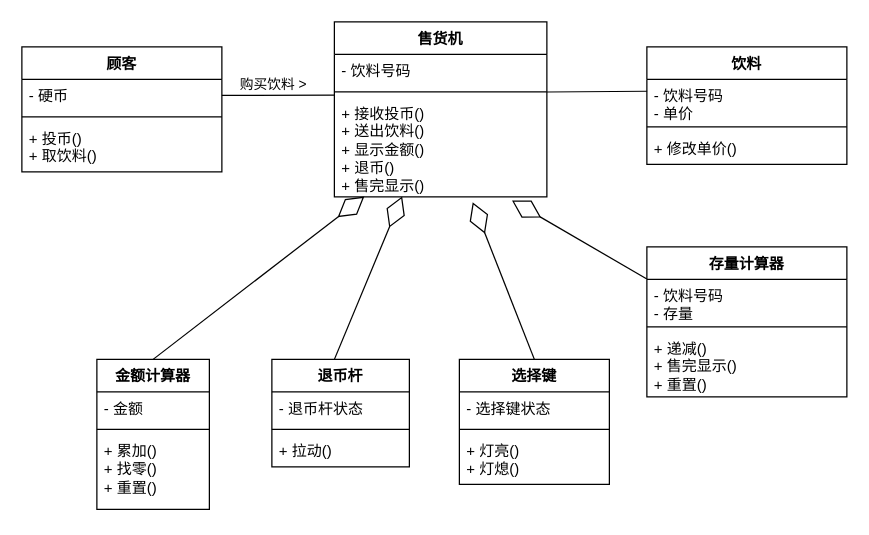
The draw.io diagram 20230924.drawio in saucesy/uml, before the edit. Source tidied: cells renumbered, new cells numbered last; positions are measured from the earlier drawing's top-left corner, leaving out a move shared by most shapes. Both pictures are drawn from the tidied source at 125%, with x=0, y=0 at pixel (21, 21).
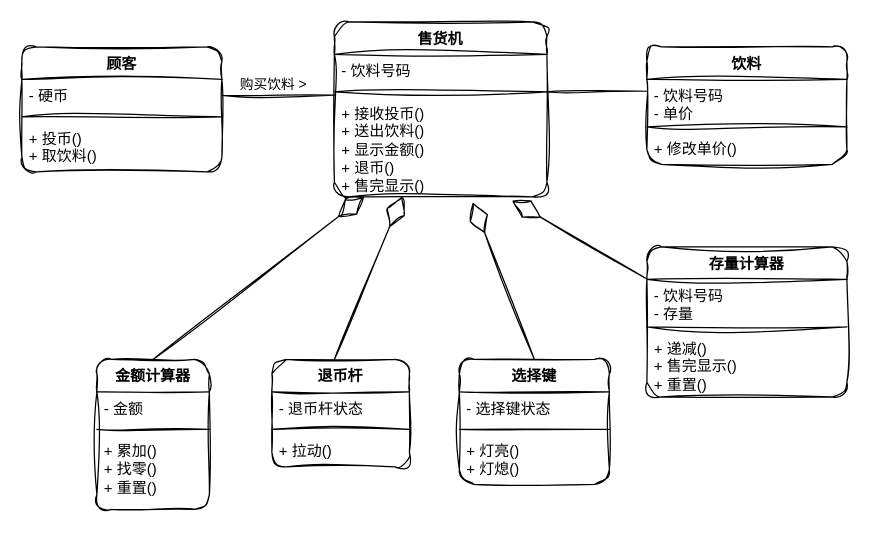
After the change.

What changed in the source:
```diff
@@
-    <mxCell id="2" value="售货机" style="swimlane;fontStyle=1;align=center;verticalAlign=top;horizontal=1;startSize=26;whiteSpace=wrap;html=1;" parent="1" vertex="1">
+    <mxCell id="2" value="售货机" style="swimlane;fontStyle=1;align=center;verticalAlign=top;horizontal=1;startSize=26;whiteSpace=wrap;html=1;labelBackgroundColor=none;sketch=1;curveFitting=1;jiggle=2;rounded=1;" parent="1" vertex="1">
       <mxGeometry x="250" width="170" height="140" as="geometry" />
     </mxCell>
-    <mxCell id="3" value="- 饮料号码" style="text;strokeColor=none;fillColor=none;align=left;verticalAlign=top;spacingLeft=4;spacingRight=4;overflow=hidden;whiteSpace=wrap;html=1;" parent="2" vertex="1">
+    <mxCell id="3" value="- 饮料号码" style="text;strokeColor=none;fillColor=none;align=left;verticalAlign=top;spacingLeft=4;spacingRight=4;overflow=hidden;whiteSpace=wrap;html=1;labelBackgroundColor=none;sketch=1;curveFitting=1;jiggle=2;rounded=1;" parent="2" vertex="1">
       <mxGeometry y="26" width="170" height="26" as="geometry" />
     </mxCell>
-    <mxCell id="4" style="line;strokeWidth=1;fillColor=none;align=left;verticalAlign=middle;spacingTop=-1;spacingLeft=3;spacingRight=3;labelPosition=right;strokeColor=inherit;" parent="2" vertex="1">
+    <mxCell id="4" style="line;strokeWidth=1;fillColor=none;align=left;verticalAlign=middle;spacingTop=-1;spacingLeft=3;spacingRight=3;labelPosition=right;labelBackgroundColor=none;sketch=1;curveFitting=1;jiggle=2;rounded=1;" parent="2" vertex="1">
       <mxGeometry y="52" width="170" height="8" as="geometry" />
     </mxCell>
-    <mxCell id="5" style="endArrow=none;html=1;rounded=0;entryX=0;entryY=0.5;entryDx=0;entryDy=0;exitX=0.999;exitY=0.045;exitDx=0;exitDy=0;exitPerimeter=0;" parent="2" edge="1">
+    <mxCell id="5" style="endArrow=none;html=1;rounded=1;entryX=0;entryY=0.5;entryDx=0;entryDy=0;exitX=0.999;exitY=0.045;exitDx=0;exitDy=0;exitPerimeter=0;labelBackgroundColor=none;fontColor=default;sketch=1;curveFitting=1;jiggle=2;" parent="2" edge="1">
       <mxGeometry relative="1" as="geometry">
         <mxPoint x="170" y="56.1" as="sourcePoint" />
         <mxPoint x="250.2" y="55.5" as="targetPoint" />
       </mxGeometry>
     </mxCell>
-    <mxCell id="6" value="+ 接收投币()&lt;br&gt;+ 送出饮料()&lt;br&gt;+ 显示金额()&lt;br&gt;+ 退币()&lt;br&gt;+ 售完显示()&lt;br&gt;" style="text;strokeColor=none;fillColor=none;align=left;verticalAlign=top;spacingLeft=4;spacingRight=4;overflow=hidden;points=[[0,0.5],[1,0.5]];portConstraint=eastwest;whiteSpace=wrap;html=1;" parent="2" vertex="1">
+    <mxCell id="6" value="+ 接收投币()&lt;br&gt;+ 送出饮料()&lt;br&gt;+ 显示金额()&lt;br&gt;+ 退币()&lt;br&gt;+ 售完显示()&lt;br&gt;" style="text;strokeColor=none;fillColor=none;align=left;verticalAlign=top;spacingLeft=4;spacingRight=4;overflow=hidden;points=[[0,0.5],[1,0.5]];portConstraint=eastwest;whiteSpace=wrap;html=1;labelBackgroundColor=none;sketch=1;curveFitting=1;jiggle=2;rounded=1;" parent="2" vertex="1">
       <mxGeometry y="60" width="170" height="80" as="geometry" />
     </mxCell>
-    <mxCell id="7" value="顾客" style="swimlane;fontStyle=1;align=center;verticalAlign=top;horizontal=1;startSize=26;whiteSpace=wrap;html=1;" parent="1" vertex="1">
+    <mxCell id="7" value="顾客" style="swimlane;fontStyle=1;align=center;verticalAlign=top;horizontal=1;startSize=26;whiteSpace=wrap;html=1;labelBackgroundColor=none;sketch=1;curveFitting=1;jiggle=2;rounded=1;" parent="1" vertex="1">
       <mxGeometry y="20" width="160" height="100" as="geometry" />
     </mxCell>
-    <mxCell id="8" value="- 硬币" style="text;strokeColor=none;fillColor=none;align=left;verticalAlign=top;spacingLeft=4;spacingRight=4;overflow=hidden;points=[[0,0.5],[1,0.5]];portConstraint=eastwest;whiteSpace=wrap;html=1;" parent="7" vertex="1">
+    <mxCell id="8" value="- 硬币" style="text;strokeColor=none;fillColor=none;align=left;verticalAlign=top;spacingLeft=4;spacingRight=4;overflow=hidden;points=[[0,0.5],[1,0.5]];portConstraint=eastwest;whiteSpace=wrap;html=1;labelBackgroundColor=none;sketch=1;curveFitting=1;jiggle=2;rounded=1;" parent="7" vertex="1">
       <mxGeometry y="26" width="160" height="26" as="geometry" />
     </mxCell>
-    <mxCell id="9" style="line;strokeWidth=1;fillColor=none;align=left;verticalAlign=middle;spacingTop=-1;spacingLeft=3;spacingRight=3;labelPosition=right;strokeColor=inherit;" parent="7" vertex="1">
+    <mxCell id="9" style="line;strokeWidth=1;fillColor=none;align=left;verticalAlign=middle;spacingTop=-1;spacingLeft=3;spacingRight=3;labelPosition=right;labelBackgroundColor=none;sketch=1;curveFitting=1;jiggle=2;rounded=1;" parent="7" vertex="1">
       <mxGeometry y="52" width="160" height="8" as="geometry" />
     </mxCell>
-    <mxCell id="10" value="+ 投币()&lt;br&gt;+ 取饮料()" style="text;strokeColor=none;fillColor=none;align=left;verticalAlign=top;spacingLeft=4;spacingRight=4;overflow=hidden;whiteSpace=wrap;html=1;" parent="7" vertex="1">
+    <mxCell id="10" value="+ 投币()&lt;br&gt;+ 取饮料()" style="text;strokeColor=none;fillColor=none;align=left;verticalAlign=top;spacingLeft=4;spacingRight=4;overflow=hidden;whiteSpace=wrap;html=1;labelBackgroundColor=none;sketch=1;curveFitting=1;jiggle=2;rounded=1;" parent="7" vertex="1">
       <mxGeometry y="60" width="160" height="40" as="geometry" />
     </mxCell>
-    <mxCell id="11" style="endArrow=none;html=1;rounded=0;entryX=0.002;entryY=-0.017;entryDx=0;entryDy=0;entryPerimeter=0;" parent="1" edge="1" source="8" target="6">
+    <mxCell id="11" style="endArrow=none;html=1;rounded=1;entryX=0.002;entryY=-0.017;entryDx=0;entryDy=0;entryPerimeter=0;labelBackgroundColor=none;fontColor=default;sketch=1;curveFitting=1;jiggle=2;" parent="1" edge="1" source="8" target="6">
       <mxGeometry relative="1" as="geometry" />
     </mxCell>
-    <mxCell id="12" value="购买饮料 &amp;gt;" style="edgeLabel;html=1;align=center;verticalAlign=middle;" parent="11" vertex="1">
+    <mxCell id="12" value="购买饮料 &amp;gt;" style="edgeLabel;html=1;align=center;verticalAlign=middle;labelBackgroundColor=none;sketch=1;curveFitting=1;jiggle=2;rounded=1;" parent="11" vertex="1">
       <mxGeometry x="-0.21" y="2" relative="1" as="geometry">
         <mxPoint x="5" y="-7" as="offset" />
       </mxGeometry>
     </mxCell>
-    <mxCell id="13" value="饮料" style="swimlane;fontStyle=1;align=center;verticalAlign=top;horizontal=1;startSize=26;whiteSpace=wrap;html=1;" parent="1" vertex="1">
+    <mxCell id="13" value="饮料" style="swimlane;fontStyle=1;align=center;verticalAlign=top;horizontal=1;startSize=26;whiteSpace=wrap;html=1;labelBackgroundColor=none;sketch=1;curveFitting=1;jiggle=2;rounded=1;" parent="1" vertex="1">
       <mxGeometry x="500" y="20" width="160" height="94" as="geometry" />
     </mxCell>
-    <mxCell id="14" value="- 饮料号码&lt;br&gt;- 单价" style="text;strokeColor=none;fillColor=none;align=left;verticalAlign=top;spacingLeft=4;spacingRight=4;overflow=hidden;whiteSpace=wrap;html=1;" parent="13" vertex="1">
+    <mxCell id="14" value="- 饮料号码&lt;br&gt;- 单价" style="text;strokeColor=none;fillColor=none;align=left;verticalAlign=top;spacingLeft=4;spacingRight=4;overflow=hidden;whiteSpace=wrap;html=1;labelBackgroundColor=none;sketch=1;curveFitting=1;jiggle=2;rounded=1;" parent="13" vertex="1">
       <mxGeometry y="26" width="160" height="34" as="geometry" />
     </mxCell>
-    <mxCell id="15" style="line;strokeWidth=1;fillColor=none;align=left;verticalAlign=middle;spacingTop=-1;spacingLeft=3;spacingRight=3;labelPosition=right;strokeColor=inherit;" parent="13" vertex="1">
+    <mxCell id="15" style="line;strokeWidth=1;fillColor=none;align=left;verticalAlign=middle;spacingTop=-1;spacingLeft=3;spacingRight=3;labelPosition=right;labelBackgroundColor=none;sketch=1;curveFitting=1;jiggle=2;rounded=1;" parent="13" vertex="1">
       <mxGeometry y="60" width="160" height="8" as="geometry" />
     </mxCell>
-    <mxCell id="16" value="+ 修改单价()" style="text;strokeColor=none;fillColor=none;align=left;verticalAlign=top;spacingLeft=4;spacingRight=4;overflow=hidden;whiteSpace=wrap;html=1;" parent="13" vertex="1">
+    <mxCell id="16" value="+ 修改单价()" style="text;strokeColor=none;fillColor=none;align=left;verticalAlign=top;spacingLeft=4;spacingRight=4;overflow=hidden;whiteSpace=wrap;html=1;labelBackgroundColor=none;sketch=1;curveFitting=1;jiggle=2;rounded=1;" parent="13" vertex="1">
       <mxGeometry y="68" width="160" height="26" as="geometry" />
     </mxCell>
-    <mxCell id="17" value="金额计算器" style="swimlane;fontStyle=1;align=center;verticalAlign=top;horizontal=1;startSize=26;whiteSpace=wrap;html=1;" parent="1" vertex="1">
+    <mxCell id="17" value="金额计算器" style="swimlane;fontStyle=1;align=center;verticalAlign=top;horizontal=1;startSize=26;whiteSpace=wrap;html=1;labelBackgroundColor=none;sketch=1;curveFitting=1;jiggle=2;rounded=1;" parent="1" vertex="1">
       <mxGeometry x="60" y="270" width="90" height="120" as="geometry" />
     </mxCell>
-    <mxCell id="18" value="- 金额" style="text;strokeColor=none;fillColor=none;align=left;verticalAlign=top;spacingLeft=4;spacingRight=4;overflow=hidden;whiteSpace=wrap;html=1;" parent="17" vertex="1">
+    <mxCell id="18" value="- 金额" style="text;strokeColor=none;fillColor=none;align=left;verticalAlign=top;spacingLeft=4;spacingRight=4;overflow=hidden;whiteSpace=wrap;html=1;labelBackgroundColor=none;sketch=1;curveFitting=1;jiggle=2;rounded=1;" parent="17" vertex="1">
       <mxGeometry y="26" width="90" height="26" as="geometry" />
     </mxCell>
-    <mxCell id="19" style="line;strokeWidth=1;fillColor=none;align=left;verticalAlign=middle;spacingTop=-1;spacingLeft=3;spacingRight=3;labelPosition=right;strokeColor=inherit;" parent="17" vertex="1">
+    <mxCell id="19" style="line;strokeWidth=1;fillColor=none;align=left;verticalAlign=middle;spacingTop=-1;spacingLeft=3;spacingRight=3;labelPosition=right;labelBackgroundColor=none;sketch=1;curveFitting=1;jiggle=2;rounded=1;" parent="17" vertex="1">
       <mxGeometry y="52" width="90" height="8" as="geometry" />
     </mxCell>
-    <mxCell id="20" value="+ 累加()&lt;br&gt;+ 找零()&lt;br&gt;+ 重置()" style="text;strokeColor=none;fillColor=none;align=left;verticalAlign=top;spacingLeft=4;spacingRight=4;overflow=hidden;whiteSpace=wrap;html=1;" parent="17" vertex="1">
+    <mxCell id="20" value="+ 累加()&lt;br&gt;+ 找零()&lt;br&gt;+ 重置()" style="text;strokeColor=none;fillColor=none;align=left;verticalAlign=top;spacingLeft=4;spacingRight=4;overflow=hidden;whiteSpace=wrap;html=1;labelBackgroundColor=none;sketch=1;curveFitting=1;jiggle=2;rounded=1;" parent="17" vertex="1">
       <mxGeometry y="60" width="90" height="60" as="geometry" />
     </mxCell>
-    <mxCell id="21" value="退币杆" style="swimlane;fontStyle=1;align=center;verticalAlign=top;horizontal=1;startSize=26;whiteSpace=wrap;html=1;" parent="1" vertex="1">
+    <mxCell id="21" value="退币杆" style="swimlane;fontStyle=1;align=center;verticalAlign=top;horizontal=1;startSize=26;whiteSpace=wrap;html=1;labelBackgroundColor=none;sketch=1;curveFitting=1;jiggle=2;rounded=1;" parent="1" vertex="1">
       <mxGeometry x="200" y="270" width="110" height="86" as="geometry" />
     </mxCell>
-    <mxCell id="22" value="- 退币杆状态" style="text;strokeColor=none;fillColor=none;align=left;verticalAlign=top;spacingLeft=4;spacingRight=4;overflow=hidden;whiteSpace=wrap;html=1;" parent="21" vertex="1">
+    <mxCell id="22" value="- 退币杆状态" style="text;strokeColor=none;fillColor=none;align=left;verticalAlign=top;spacingLeft=4;spacingRight=4;overflow=hidden;whiteSpace=wrap;html=1;labelBackgroundColor=none;sketch=1;curveFitting=1;jiggle=2;rounded=1;" parent="21" vertex="1">
       <mxGeometry y="26" width="110" height="26" as="geometry" />
     </mxCell>
-    <mxCell id="23" style="line;strokeWidth=1;fillColor=none;align=left;verticalAlign=middle;spacingTop=-1;spacingLeft=3;spacingRight=3;labelPosition=right;strokeColor=inherit;" parent="21" vertex="1">
+    <mxCell id="23" style="line;strokeWidth=1;fillColor=none;align=left;verticalAlign=middle;spacingTop=-1;spacingLeft=3;spacingRight=3;labelPosition=right;labelBackgroundColor=none;sketch=1;curveFitting=1;jiggle=2;rounded=1;" parent="21" vertex="1">
       <mxGeometry y="52" width="110" height="8" as="geometry" />
     </mxCell>
-    <mxCell id="24" value="+ 拉动()" style="text;strokeColor=none;fillColor=none;align=left;verticalAlign=top;spacingLeft=4;spacingRight=4;overflow=hidden;whiteSpace=wrap;html=1;" parent="21" vertex="1">
+    <mxCell id="24" value="+ 拉动()" style="text;strokeColor=none;fillColor=none;align=left;verticalAlign=top;spacingLeft=4;spacingRight=4;overflow=hidden;whiteSpace=wrap;html=1;labelBackgroundColor=none;sketch=1;curveFitting=1;jiggle=2;rounded=1;" parent="21" vertex="1">
       <mxGeometry y="60" width="110" height="26" as="geometry" />
     </mxCell>
-    <mxCell id="25" value="选择键" style="swimlane;fontStyle=1;align=center;verticalAlign=top;horizontal=1;startSize=26;whiteSpace=wrap;html=1;" parent="1" vertex="1">
+    <mxCell id="25" value="选择键" style="swimlane;fontStyle=1;align=center;verticalAlign=top;horizontal=1;startSize=26;whiteSpace=wrap;html=1;labelBackgroundColor=none;sketch=1;curveFitting=1;jiggle=2;rounded=1;" parent="1" vertex="1">
       <mxGeometry x="350" y="270" width="120" height="100" as="geometry" />
     </mxCell>
-    <mxCell id="26" value="- 选择键状态" style="text;strokeColor=none;fillColor=none;align=left;verticalAlign=top;spacingLeft=4;spacingRight=4;overflow=hidden;whiteSpace=wrap;html=1;" parent="25" vertex="1">
+    <mxCell id="26" value="- 选择键状态" style="text;strokeColor=none;fillColor=none;align=left;verticalAlign=top;spacingLeft=4;spacingRight=4;overflow=hidden;whiteSpace=wrap;html=1;labelBackgroundColor=none;sketch=1;curveFitting=1;jiggle=2;rounded=1;" parent="25" vertex="1">
       <mxGeometry y="26" width="120" height="26" as="geometry" />
     </mxCell>
-    <mxCell id="27" style="line;strokeWidth=1;fillColor=none;align=left;verticalAlign=middle;spacingTop=-1;spacingLeft=3;spacingRight=3;labelPosition=right;strokeColor=inherit;" parent="25" vertex="1">
+    <mxCell id="27" style="line;strokeWidth=1;fillColor=none;align=left;verticalAlign=middle;spacingTop=-1;spacingLeft=3;spacingRight=3;labelPosition=right;labelBackgroundColor=none;sketch=1;curveFitting=1;jiggle=2;rounded=1;" parent="25" vertex="1">
       <mxGeometry y="52" width="120" height="8" as="geometry" />
     </mxCell>
-    <mxCell id="28" value="+ 灯亮()&lt;br&gt;+ 灯熄()" style="text;strokeColor=none;fillColor=none;align=left;verticalAlign=top;spacingLeft=4;spacingRight=4;overflow=hidden;whiteSpace=wrap;html=1;" parent="25" vertex="1">
+    <mxCell id="28" value="+ 灯亮()&lt;br&gt;+ 灯熄()" style="text;strokeColor=none;fillColor=none;align=left;verticalAlign=top;spacingLeft=4;spacingRight=4;overflow=hidden;whiteSpace=wrap;html=1;labelBackgroundColor=none;sketch=1;curveFitting=1;jiggle=2;rounded=1;" parent="25" vertex="1">
       <mxGeometry y="60" width="120" height="40" as="geometry" />
     </mxCell>
-    <mxCell id="29" value="存量计算器" style="swimlane;fontStyle=1;align=center;verticalAlign=top;horizontal=1;startSize=26;whiteSpace=wrap;html=1;" parent="1" vertex="1">
+    <mxCell id="29" value="存量计算器" style="swimlane;fontStyle=1;align=center;verticalAlign=top;horizontal=1;startSize=26;whiteSpace=wrap;html=1;labelBackgroundColor=none;sketch=1;curveFitting=1;jiggle=2;rounded=1;" parent="1" vertex="1">
       <mxGeometry x="500" y="180" width="160" height="120" as="geometry" />
     </mxCell>
-    <mxCell id="30" value="- 饮料号码&lt;br&gt;- 存量" style="text;strokeColor=none;fillColor=none;align=left;verticalAlign=top;spacingLeft=4;spacingRight=4;overflow=hidden;whiteSpace=wrap;html=1;" parent="29" vertex="1">
+    <mxCell id="30" value="- 饮料号码&lt;br&gt;- 存量" style="text;strokeColor=none;fillColor=none;align=left;verticalAlign=top;spacingLeft=4;spacingRight=4;overflow=hidden;whiteSpace=wrap;html=1;labelBackgroundColor=none;sketch=1;curveFitting=1;jiggle=2;rounded=1;" parent="29" vertex="1">
       <mxGeometry y="26" width="160" height="34" as="geometry" />
     </mxCell>
-    <mxCell id="31" style="line;strokeWidth=1;fillColor=none;align=left;verticalAlign=middle;spacingTop=-1;spacingLeft=3;spacingRight=3;labelPosition=right;strokeColor=inherit;" parent="29" vertex="1">
+    <mxCell id="31" style="line;strokeWidth=1;fillColor=none;align=left;verticalAlign=middle;spacingTop=-1;spacingLeft=3;spacingRight=3;labelPosition=right;labelBackgroundColor=none;sketch=1;curveFitting=1;jiggle=2;rounded=1;" parent="29" vertex="1">
       <mxGeometry y="60" width="160" height="8" as="geometry" />
     </mxCell>
-    <mxCell id="32" value="+ 递减()&lt;br&gt;+ 售完显示()&lt;br&gt;+ 重置()" style="text;strokeColor=none;fillColor=none;align=left;verticalAlign=top;spacingLeft=4;spacingRight=4;overflow=hidden;whiteSpace=wrap;html=1;" parent="29" vertex="1">
+    <mxCell id="32" value="+ 递减()&lt;br&gt;+ 售完显示()&lt;br&gt;+ 重置()" style="text;strokeColor=none;fillColor=none;align=left;verticalAlign=top;spacingLeft=4;spacingRight=4;overflow=hidden;whiteSpace=wrap;html=1;labelBackgroundColor=none;sketch=1;curveFitting=1;jiggle=2;rounded=1;" parent="29" vertex="1">
       <mxGeometry y="68" width="160" height="52" as="geometry" />
     </mxCell>
-    <mxCell id="33" style="endArrow=diamondThin;endFill=0;endSize=24;html=1;rounded=0;exitX=0.5;exitY=0;exitDx=0;exitDy=0;entryX=0.141;entryY=0.997;entryDx=0;entryDy=0;entryPerimeter=0;" parent="1" edge="1" source="17" target="6">
+    <mxCell id="33" style="endArrow=diamondThin;endFill=0;endSize=24;html=1;rounded=1;exitX=0.5;exitY=0;exitDx=0;exitDy=0;entryX=0.141;entryY=0.997;entryDx=0;entryDy=0;entryPerimeter=0;labelBackgroundColor=none;fontColor=default;sketch=1;curveFitting=1;jiggle=2;" parent="1" edge="1" source="17" target="6">
       <mxGeometry relative="1" as="geometry" />
     </mxCell>
-    <mxCell id="34" style="endArrow=diamondThin;endFill=0;endSize=24;html=1;rounded=0;exitX=0.5;exitY=0;exitDx=0;exitDy=0;entryX=0.319;entryY=0.996;entryDx=0;entryDy=0;entryPerimeter=0;" parent="1" edge="1" target="6">
+    <mxCell id="34" style="endArrow=diamondThin;endFill=0;endSize=24;html=1;rounded=1;exitX=0.5;exitY=0;exitDx=0;exitDy=0;entryX=0.319;entryY=0.996;entryDx=0;entryDy=0;entryPerimeter=0;labelBackgroundColor=none;fontColor=default;sketch=1;curveFitting=1;jiggle=2;" parent="1" edge="1" target="6">
       <mxGeometry relative="1" as="geometry">
         <mxPoint x="250" y="270" as="sourcePoint" />
       </mxGeometry>
     </mxCell>
-    <mxCell id="35" style="endArrow=diamondThin;endFill=0;endSize=24;html=1;rounded=0;exitX=0.5;exitY=0;exitDx=0;exitDy=0;entryX=0.651;entryY=1.054;entryDx=0;entryDy=0;entryPerimeter=0;" parent="1" edge="1" source="25" target="6">
+    <mxCell id="35" style="endArrow=diamondThin;endFill=0;endSize=24;html=1;rounded=1;exitX=0.5;exitY=0;exitDx=0;exitDy=0;entryX=0.651;entryY=1.054;entryDx=0;entryDy=0;entryPerimeter=0;labelBackgroundColor=none;fontColor=default;sketch=1;curveFitting=1;jiggle=2;" parent="1" edge="1" source="25" target="6">
       <mxGeometry relative="1" as="geometry" />
     </mxCell>
-    <mxCell id="36" style="endArrow=diamondThin;endFill=0;endSize=24;html=1;rounded=0;exitX=0.5;exitY=0;exitDx=0;exitDy=0;entryX=0.836;entryY=1.037;entryDx=0;entryDy=0;entryPerimeter=0;" parent="1" edge="1" target="6">
+    <mxCell id="36" style="endArrow=diamondThin;endFill=0;endSize=24;html=1;rounded=1;exitX=0.5;exitY=0;exitDx=0;exitDy=0;entryX=0.836;entryY=1.037;entryDx=0;entryDy=0;entryPerimeter=0;labelBackgroundColor=none;fontColor=default;sketch=1;curveFitting=1;jiggle=2;" parent="1" edge="1" target="6">
       <mxGeometry relative="1" as="geometry">
         <mxPoint x="500" y="205.7" as="sourcePoint" />
       </mxGeometry>
     </mxCell>
```
